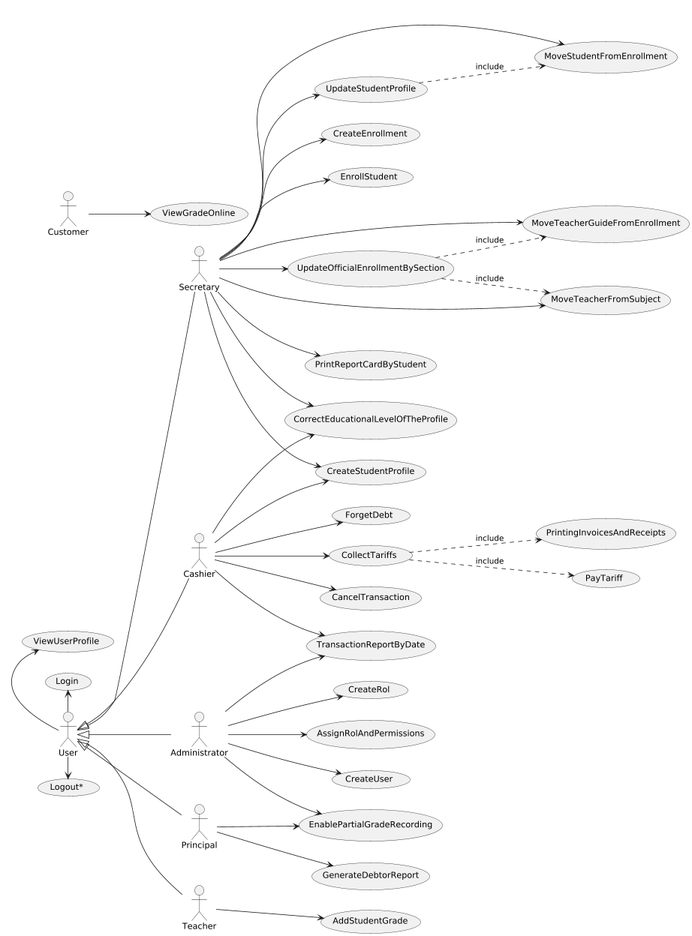
wsmcbl/wsmcbl.doc keeps this PlantUML diagram as out/UseCaseView/UseCases.png. Above is the earlier version.
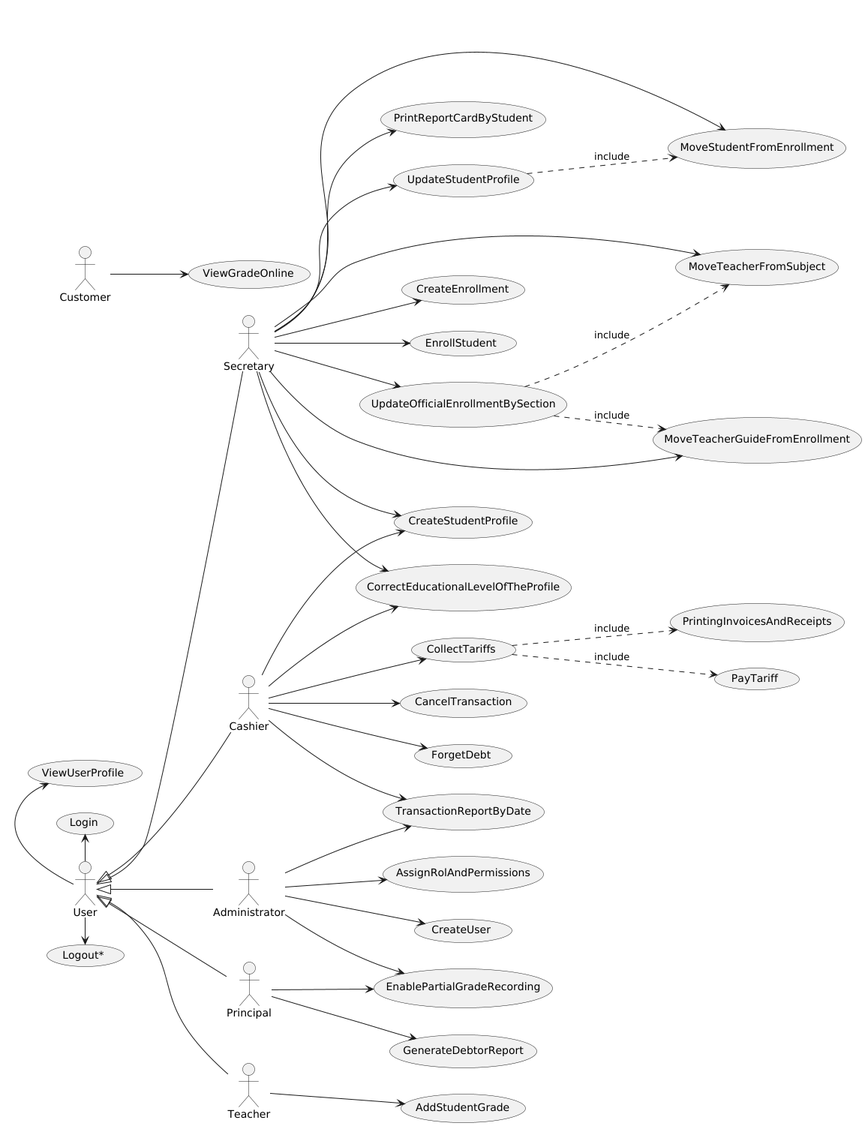
After the commit.

Change to the diagram source:
```diff
@@ -85,7 +85,6 @@
 usecase CU46 as "CreateUser"
 usecase CU51 as "ViewUserProfile"
 usecase CU61 as "EnablePartialGradeRecording"
-usecase CU70 as "CreateRol"
 usecase CU71 as "AssignRolAndPermissions"
 usecase CU77 as "CorrectEducationalLevelOfTheProfile"
 usecase CU78 as "ForgetDebt"
@@ -98,7 +97,6 @@
 
 Administrator --> CU46
 Administrator --> CU61
-Administrator --> CU70
 Administrator --> CU71
 
 Cashier --> CU77
@@ -109,4 +107,5 @@
 CU05 ..> CU21 : include
 CU05 ..> CU22 : include
 
+
 @enduml
```
